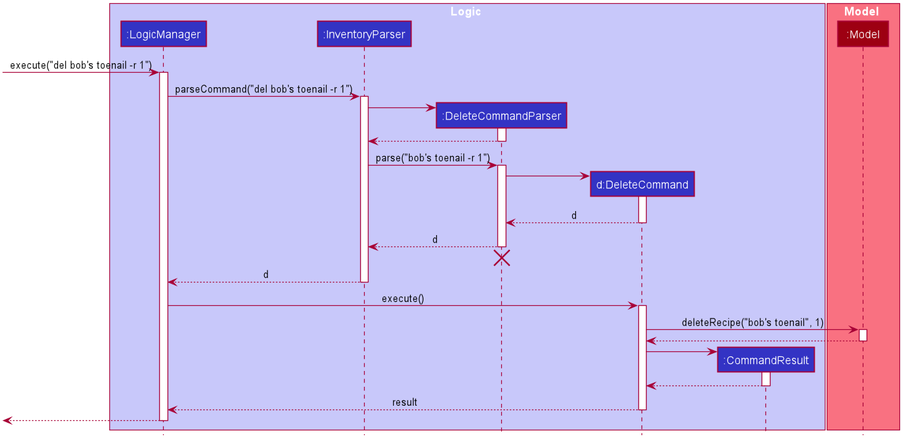
Before: docs/images/commandseqdiagrams/DeleteRecipeSequenceDiagram.png, a diagram exported from PlantUML (nus-cs2103-AY2021S1/tp).
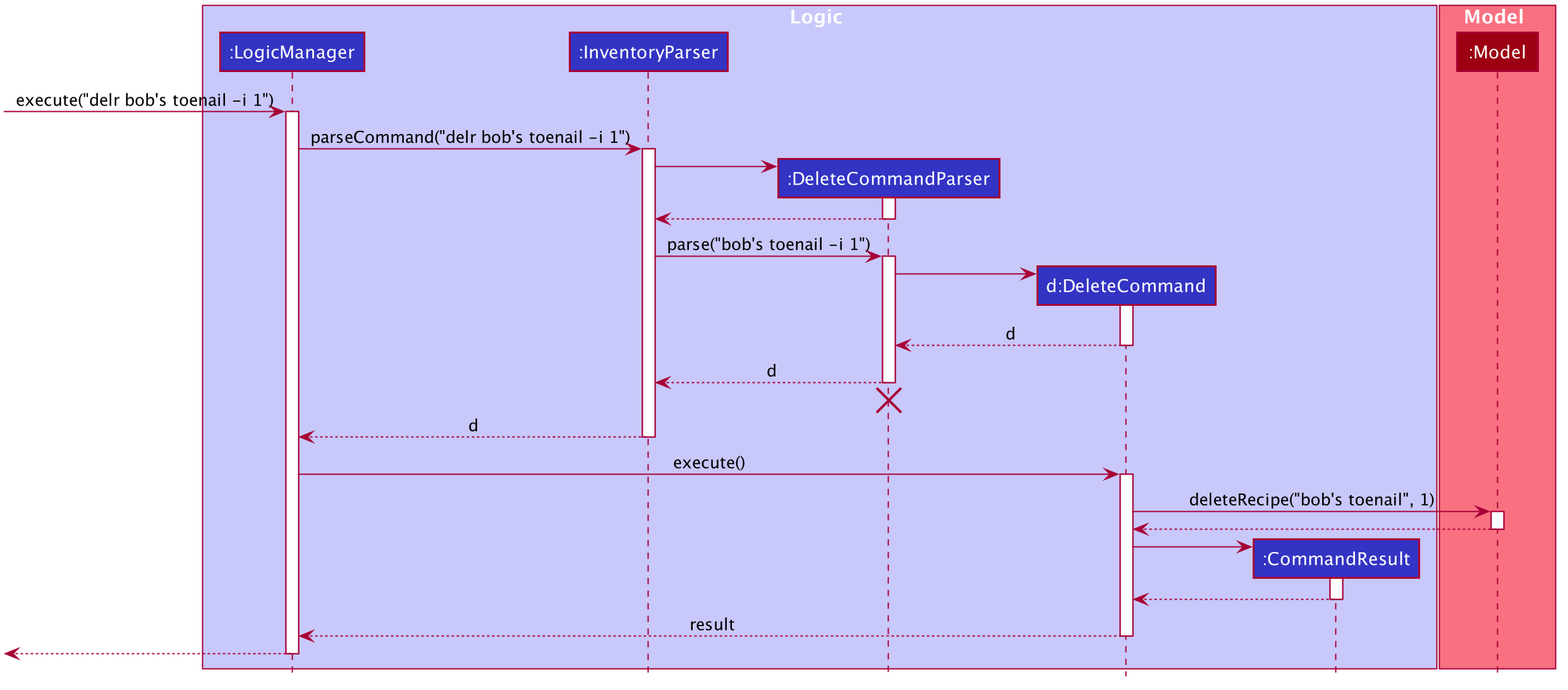
The same file after the commit.

The edit, as a diff of the source:
```diff
@@ -60,10 +60,10 @@
 participant ":Model" as Model #9D0012
 end box
 
-[-> LogicManager : execute("del bob's toenail -r 1")
+[-> LogicManager : execute("delr bob's toenail -i 1")
 activate LogicManager
 
-LogicManager -> InventoryParser : parseCommand("del bob's toenail -r 1")
+LogicManager -> InventoryParser : parseCommand("delr bob's toenail -i 1")
 activate InventoryParser
 
 create DeleteCommandParser
@@ -73,7 +73,7 @@
 DeleteCommandParser --> InventoryParser
 deactivate DeleteCommandParser
 
-InventoryParser -> DeleteCommandParser : parse("bob's toenail -r 1")
+InventoryParser -> DeleteCommandParser : parse("bob's toenail -i 1")
 activate DeleteCommandParser
 
 create DeleteCommand
```
